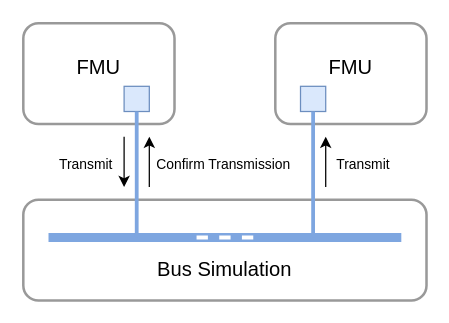
Above: docs/images/transmit_messages.drawio in modelica/fmi-ls-bus (draw.io), before the change. Source tidied: cells renumbered, new cells numbered last; positions are measured from the earlier drawing's top-left corner, leaving out a move shared by most shapes. Both pictures are drawn from the tidied source at 126%, with x=0, y=0 at pixel (23, 23).
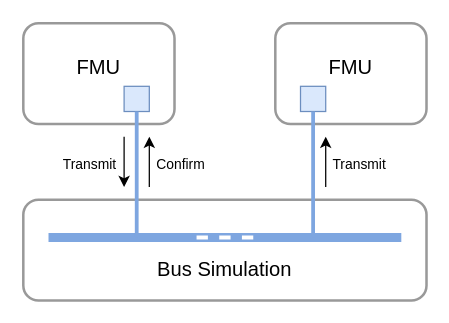
The same diagram, later.

Diff of the diagram source:
```diff
@@
     <mxCell id="17" value="&lt;div style=&quot;font-size: 11px;&quot;&gt;&lt;font style=&quot;font-size: 11px;&quot;&gt;Transmit&lt;/font&gt;&lt;/div&gt;" style="text;html=1;strokeColor=none;fillColor=none;align=center;verticalAlign=middle;whiteSpace=wrap;rounded=0;" parent="1" vertex="1">
-      <mxGeometry x="20" y="97" width="60" height="30" as="geometry" />
+      <mxGeometry x="23" y="97" width="60" height="30" as="geometry" />
     </mxCell>
-    <mxCell id="18" value="&lt;font style=&quot;font-size: 11px;&quot;&gt;Confirm Transmission&lt;/font&gt;" style="text;html=1;strokeColor=none;fillColor=none;align=left;verticalAlign=middle;whiteSpace=wrap;rounded=0;" parent="1" vertex="1">
+    <mxCell id="18" value="&lt;font style=&quot;font-size: 11px;&quot;&gt;Confirm&lt;/font&gt;" style="text;html=1;strokeColor=none;fillColor=none;align=left;verticalAlign=middle;whiteSpace=wrap;rounded=0;" parent="1" vertex="1">
       <mxGeometry x="104" y="97" width="120" height="30" as="geometry" />
     </mxCell>
     <mxCell id="19" value="&lt;div style=&quot;font-size: 11px;&quot;&gt;&lt;font style=&quot;font-size: 11px;&quot;&gt;Transmit&lt;/font&gt;&lt;/div&gt;" style="text;html=1;strokeColor=none;fillColor=none;align=center;verticalAlign=middle;whiteSpace=wrap;rounded=0;" parent="1" vertex="1">
-      <mxGeometry x="240" y="97" width="60" height="30" as="geometry" />
+      <mxGeometry x="237" y="97" width="60" height="30" as="geometry" />
     </mxCell>
```
